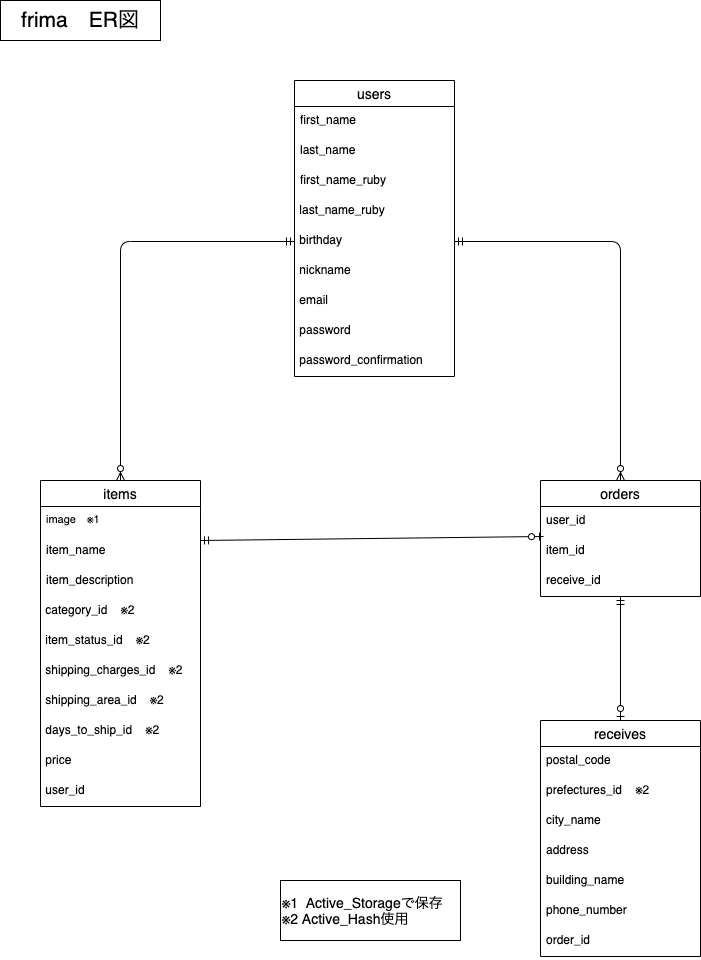
Before: furima.drawio.png, a diagram exported from draw.io (shimon3104/furima-31105). Source tidied: cells renumbered, new cells last; positions are measured from the earlier drawing's top-left corner, leaving out a move shared by most shapes.
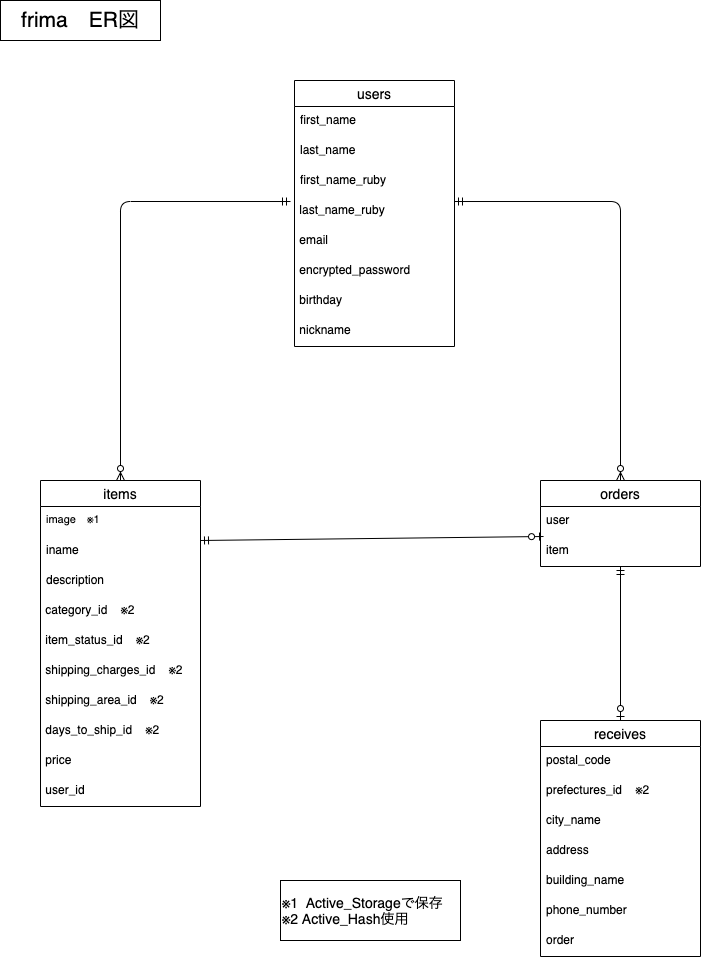
After the commit.

Commit message:
ER図、READMEの修正２

The edit, as a diff of the source:
```diff
@@ -3,7 +3,7 @@
     <mxCell id="0" />
     <mxCell id="1" parent="0" />
     <mxCell id="2" value="users" style="swimlane;fontStyle=0;horizontal=1;startSize=26;align=center;fontSize=14;" parent="1" vertex="1">
-      <mxGeometry x="294" y="80" width="160" height="296" as="geometry" />
+      <mxGeometry x="294" y="80" width="160" height="266" as="geometry" />
     </mxCell>
     <mxCell id="3" value="first_name" style="text;strokeColor=none;fillColor=none;spacingLeft=4;spacingRight=4;overflow=hidden;fontSize=12;" parent="2" vertex="1">
       <mxGeometry y="26" width="160" height="30" as="geometry" />
@@ -17,37 +17,31 @@
     <mxCell id="6" value=" last_name_ruby&#10;" style="text;" parent="2" vertex="1">
       <mxGeometry y="116" width="160" height="30" as="geometry" />
     </mxCell>
+    <mxCell id="9" value=" email" style="text;" parent="2" vertex="1">
+      <mxGeometry y="146" width="160" height="30" as="geometry" />
+    </mxCell>
+    <mxCell id="10" value=" encrypted_password" style="text;" parent="2" vertex="1">
+      <mxGeometry y="176" width="160" height="30" as="geometry" />
+    </mxCell>
     <mxCell id="7" value=" birthday" style="text;" parent="2" vertex="1">
-      <mxGeometry y="146" width="160" height="30" as="geometry" />
+      <mxGeometry y="206" width="160" height="30" as="geometry" />
     </mxCell>
     <mxCell id="8" value=" nickname" style="text;" parent="2" vertex="1">
-      <mxGeometry y="176" width="160" height="30" as="geometry" />
+      <mxGeometry y="236" width="160" height="30" as="geometry" />
     </mxCell>
-    <mxCell id="9" value=" email" style="text;" parent="2" vertex="1">
-      <mxGeometry y="206" width="160" height="30" as="geometry" />
-    </mxCell>
-    <mxCell id="10" value=" password" style="text;" parent="2" vertex="1">
-      <mxGeometry y="236" width="160" height="30" as="geometry" />
-    </mxCell>
-    <mxCell id="11" value=" password_confirmation" style="text;" parent="2" vertex="1">
-      <mxGeometry y="266" width="160" height="30" as="geometry" />
-    </mxCell>
     <mxCell id="12" value="orders" style="swimlane;fontStyle=0;horizontal=1;startSize=26;align=center;fontSize=14;" parent="1" vertex="1">
-      <mxGeometry x="540" y="480" width="160" height="116" as="geometry" />
+      <mxGeometry x="540" y="480" width="160" height="86" as="geometry" />
     </mxCell>
-    <mxCell id="13" value="user_id" style="text;strokeColor=none;fillColor=none;spacingLeft=4;spacingRight=4;overflow=hidden;fontSize=12;" parent="12" vertex="1">
+    <mxCell id="13" value="user" style="text;strokeColor=none;fillColor=none;spacingLeft=4;spacingRight=4;overflow=hidden;fontSize=12;" parent="12" vertex="1">
       <mxGeometry y="26" width="160" height="30" as="geometry" />
     </mxCell>
-    <mxCell id="14" value="item_id" style="text;strokeColor=none;fillColor=none;spacingLeft=4;spacingRight=4;overflow=hidden;points=[[0,0.5],[1,0.5]];portConstraint=eastwest;fontSize=12;" parent="12" vertex="1">
+    <mxCell id="14" value="item" style="text;strokeColor=none;fillColor=none;spacingLeft=4;spacingRight=4;overflow=hidden;points=[[0,0.5],[1,0.5]];portConstraint=eastwest;fontSize=12;" parent="12" vertex="1">
       <mxGeometry y="56" width="160" height="30" as="geometry" />
     </mxCell>
-    <mxCell id="15" value="receive_id" style="text;strokeColor=none;fillColor=none;spacingLeft=4;spacingRight=4;overflow=hidden;fontSize=12;" parent="12" vertex="1">
-      <mxGeometry y="86" width="160" height="30" as="geometry" />
-    </mxCell>
-    <mxCell id="16" style="edgeStyle=orthogonalEdgeStyle;fontSize=12;html=1;endArrow=ERzeroToMany;startArrow=ERmandOne;exitX=0;exitY=0.5;exitDx=0;exitDy=0;entryX=0.5;entryY=0;entryDx=0;entryDy=0;" parent="1" edge="1" source="7" target="20">
+    <mxCell id="16" style="edgeStyle=orthogonalEdgeStyle;fontSize=12;html=1;endArrow=ERzeroToMany;startArrow=ERmandOne;exitX=-0.025;exitY=0.167;exitDx=0;exitDy=0;entryX=0.5;entryY=0;entryDx=0;entryDy=0;exitPerimeter=0;" parent="1" edge="1" source="6" target="20">
       <mxGeometry relative="1" as="geometry" />
     </mxCell>
-    <mxCell id="17" style="edgeStyle=orthogonalEdgeStyle;fontSize=12;html=1;endArrow=ERzeroToMany;startArrow=ERmandOne;exitX=1;exitY=0.5;exitDx=0;exitDy=0;entryX=0.5;entryY=0;entryDx=0;entryDy=0;" parent="1" edge="1" source="7" target="12">
+    <mxCell id="17" style="edgeStyle=orthogonalEdgeStyle;fontSize=12;html=1;endArrow=ERzeroToMany;startArrow=ERmandOne;exitX=1;exitY=0.167;exitDx=0;exitDy=0;entryX=0.5;entryY=0;entryDx=0;entryDy=0;exitPerimeter=0;" parent="1" edge="1" source="6" target="12">
       <mxGeometry relative="1" as="geometry" />
     </mxCell>
     <mxCell id="18" style="fontSize=12;html=1;endArrow=ERzeroToOne;startArrow=ERmandOne;exitX=1;exitY=0.133;exitDx=0;exitDy=0;entryX=0.019;entryY=0;entryDx=0;entryDy=0;exitPerimeter=0;entryPerimeter=0;" parent="1" edge="1" source="22" target="14">
@@ -62,10 +56,10 @@
     <mxCell id="21" value="image　※1" style="text;strokeColor=none;fillColor=none;spacingLeft=4;spacingRight=4;overflow=hidden;fontSize=11;" parent="20" vertex="1">
       <mxGeometry y="26" width="160" height="30" as="geometry" />
     </mxCell>
-    <mxCell id="22" value="item_name" style="text;strokeColor=none;fillColor=none;spacingLeft=4;spacingRight=4;overflow=hidden;points=[[0,0.5],[1,0.5]];portConstraint=eastwest;fontSize=12;" parent="20" vertex="1">
+    <mxCell id="22" value="iname" style="text;strokeColor=none;fillColor=none;spacingLeft=4;spacingRight=4;overflow=hidden;points=[[0,0.5],[1,0.5]];portConstraint=eastwest;fontSize=12;" parent="20" vertex="1">
       <mxGeometry y="56" width="160" height="30" as="geometry" />
     </mxCell>
-    <mxCell id="23" value="item_description" style="text;strokeColor=none;fillColor=none;spacingLeft=4;spacingRight=4;overflow=hidden;fontSize=12;" parent="20" vertex="1">
+    <mxCell id="23" value="description" style="text;strokeColor=none;fillColor=none;spacingLeft=4;spacingRight=4;overflow=hidden;fontSize=12;" parent="20" vertex="1">
       <mxGeometry y="86" width="160" height="30" as="geometry" />
     </mxCell>
     <mxCell id="24" value=" category_id    ※2" style="text;" parent="20" vertex="1">
@@ -110,16 +104,14 @@
     <mxCell id="37" value="phone_number" style="text;strokeColor=none;fillColor=none;spacingLeft=4;spacingRight=4;overflow=hidden;fontSize=12;" parent="31" vertex="1">
       <mxGeometry y="176" width="160" height="30" as="geometry" />
     </mxCell>
-    <mxCell id="38" value="order_id" style="text;strokeColor=none;fillColor=none;spacingLeft=4;spacingRight=4;overflow=hidden;fontSize=12;" parent="31" vertex="1">
+    <mxCell id="38" value="order" style="text;strokeColor=none;fillColor=none;spacingLeft=4;spacingRight=4;overflow=hidden;fontSize=12;" parent="31" vertex="1">
       <mxGeometry y="206" width="160" height="30" as="geometry" />
     </mxCell>
     <mxCell id="39" value="※1&amp;nbsp;&amp;nbsp;Active_Storageで保存&lt;br style=&quot;font-size: 14px&quot;&gt;※2 Active_Hash使用" style="rounded=0;whiteSpace=wrap;html=1;align=left;fontSize=14;" parent="1" vertex="1">
       <mxGeometry x="280" y="880" width="180" height="60" as="geometry" />
     </mxCell>
-    <mxCell id="40" style="fontSize=12;html=1;endArrow=ERzeroToOne;startArrow=ERmandOne;entryX=0.5;entryY=0;entryDx=0;entryDy=0;entryPerimeter=0;" parent="1" edge="1" target="31">
-      <mxGeometry relative="1" as="geometry">
-        <mxPoint x="620" y="596" as="sourcePoint" />
-      </mxGeometry>
+    <mxCell id="40" style="fontSize=12;html=1;endArrow=ERzeroToOne;startArrow=ERmandOne;entryX=0.5;entryY=0;entryDx=0;entryDy=0;entryPerimeter=0;exitX=0.5;exitY=1;exitDx=0;exitDy=0;exitPerimeter=0;" parent="1" edge="1" source="14" target="31">
+      <mxGeometry relative="1" as="geometry" />
     </mxCell>
   </root>
 </mxGraphModel>
```
